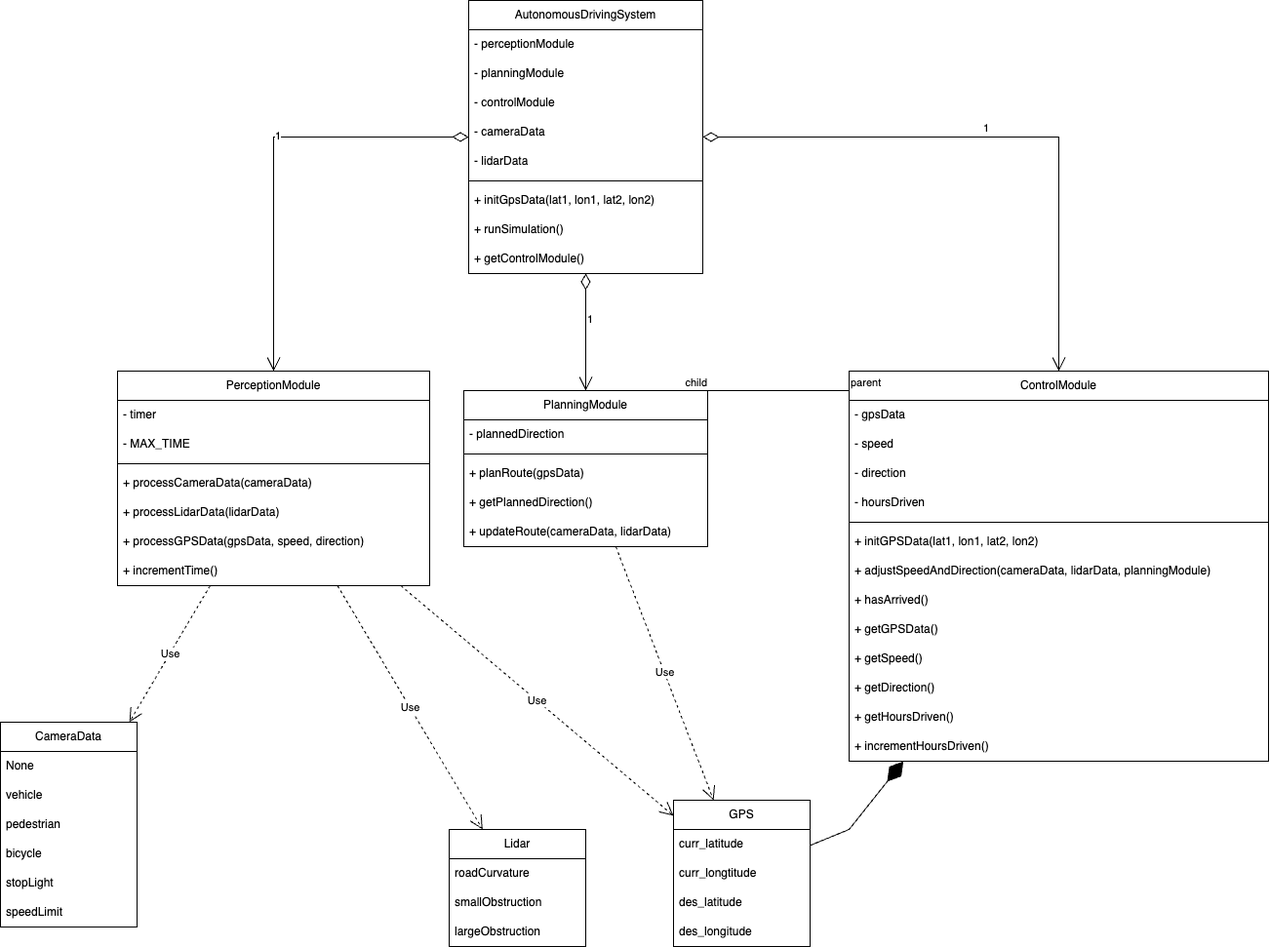
matoanbach/SED505_assignment keeps this draw.io diagram as a5/uml.drawio.png. Above is the earlier version. Source tidied: cells renumbered, new cells last; positions are measured from the earlier drawing's top-left corner, leaving out a move shared by most shapes.
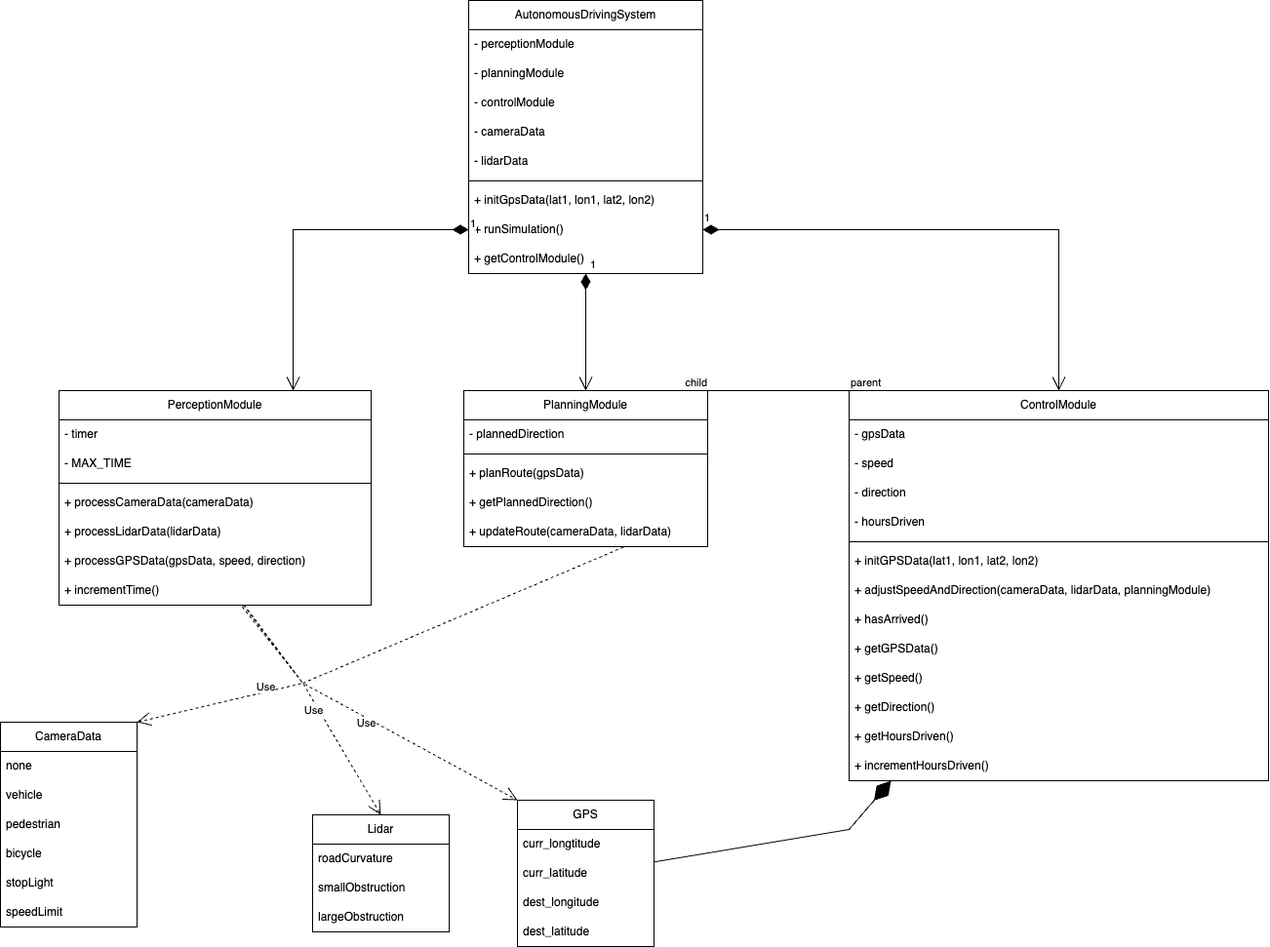
After the change.

Commit message:
Toan: add answers.md and fix uml

The edit, as a diff of the source:
```diff
@@ -33,7 +33,7 @@
       <mxGeometry y="250" width="240" height="30" as="geometry" />
     </mxCell>
     <mxCell id="12" value="PerceptionModule" style="swimlane;fontStyle=0;horizontal=1;startSize=30;whiteSpace=wrap;html=1;" parent="1" vertex="1">
-      <mxGeometry x="120" y="380" width="320" height="220" as="geometry" />
+      <mxGeometry x="60" y="400" width="320" height="220" as="geometry" />
     </mxCell>
     <mxCell id="13" value="- timer" style="text;strokeColor=none;fillColor=none;align=left;verticalAlign=middle;spacingLeft=4;spacingRight=4;overflow=hidden;whiteSpace=wrap;html=1;" parent="12" vertex="1">
       <mxGeometry y="30" width="320" height="30" as="geometry" />
@@ -75,7 +75,7 @@
       <mxGeometry y="130" width="250" height="30" as="geometry" />
     </mxCell>
     <mxCell id="26" value="ControlModule" style="swimlane;fontStyle=0;horizontal=1;startSize=30;whiteSpace=wrap;html=1;" parent="1" vertex="1">
-      <mxGeometry x="870" y="380" width="430" height="400" as="geometry" />
+      <mxGeometry x="870" y="400" width="430" height="400" as="geometry" />
     </mxCell>
     <mxCell id="27" value="- gpsData&lt;span style=&quot;color: rgba(0, 0, 0, 0); font-family: monospace; font-size: 0px; text-wrap: nowrap;&quot;&gt;%3CmxGraphModel%3E%3Croot%3E%3CmxCell%20id%3D%220%22%2F%3E%3CmxCell%20id%3D%221%22%20parent%3D%220%22%2F%3E%3CmxCell%20id%3D%222%22%20value%3D%22%2B%20getPlannedDirec%26lt%3Bspan%20style%3D%26quot%3Bcolor%3A%20rgba(0%2C%200%2C%200%2C%200)%3B%20font-family%3A%20monospace%3B%20font-size%3A%200px%3B%20text-wrap%3A%20nowrap%3B%26quot%3B%26gt%3B%253CmxGraphModel%253E%253Croot%253E%253CmxCell%2520id%253D%25220%2522%252F%253E%253CmxCell%2520id%253D%25221%2522%2520parent%253D%25220%2522%252F%253E%253CmxCell%2520id%253D%25222%2522%2520value%253D%2522%252B%2520processCameraData(cameraData)%2522%2520style%253D%2522text%253BstrokeColor%253Dnone%253BfillColor%253Dnone%253Balign%253Dleft%253BverticalAlign%253Dmiddle%253BspacingLeft%253D4%253BspacingRight%253D4%253Boverflow%253Dhidden%253Bpoints%253D%255B%255B0%252C0.5%255D%252C%255B1%252C0.5%255D%255D%253BportConstraint%253Deastwest%253Brotatable%253D0%253BwhiteSpace%253Dwrap%253Bhtml%253D1%253B%2522%2520vertex%253D%25221%2522%2520parent%253D%25221%2522%253E%253CmxGeometry%2520x%253D%2522250%2522%2520y%253D%2522670%2522%2520width%253D%2522320%2522%2520height%253D%252230%2522%2520as%253D%2522geometry%2522%252F%253E%253C%252FmxCell%253E%253C%252Froot%253E%253C%252FmxGraphModel%253E%26lt%3B%2Fspan%26gt%3Btion()%26lt%3Bspan%20style%3D%26quot%3Bcolor%3A%20rgba(0%2C%200%2C%200%2C%200)%3B%20font-family%3A%20monospace%3B%20font-size%3A%200px%3B%20text-wrap%3A%20nowrap%3B%26quot%3B%26gt%3B%253CmxGraphModel%253E%253Croot%253E%253CmxCell%2520id%253D%25220%2522%252F%253E%253CmxCell%2520id%253D%25221%2522%2520parent%253D%25220%2522%252F%253E%253CmxCell%2520id%253D%25222%2522%2520value%253D%2522%252B%2520processCameraData(cameraData)%2522%2520style%253D%2522text%253BstrokeColor%253Dnone%253BfillColor%253Dnone%253Balign%253Dleft%253BverticalAlign%253Dmiddle%253BspacingLeft%253D4%253BspacingRight%253D4%253Boverflow%253Dhidden%253Bpoints%253D%255B%255B0%252C0.5%255D%252C%255B1%252C0.5%255D%255D%253BportConstraint%253Deastwest%253Brotatable%253D0%253BwhiteSpace%253Dwrap%253Bhtml%253D1%253B%2522%2520vertex%253D%25221%2522%2520parent%253D%25221%2522%253E%253CmxGeometry%2520x%253D%2522250%2522%2520y%253D%2522670%2522%2520width%253D%2522320%2522%2520height%253D%252230%2522%2520as%253D%2522geometry%2522%252F%253E%253C%252FmxCell%253E%253C%252Froot%253E%253C%252FmxGraphModel%253E%26lt%3B%2Fspan%26gt%3B%22%20style%3D%22text%3BstrokeColor%3Dnone%3BfillColor%3Dnone%3Balign%3Dleft%3BverticalAlign%3Dmiddle%3BspacingLeft%3D4%3BspacingRight%3D4%3Boverflow%3Dhidden%3Bpoints%3D%5B%5B0%2C0.5%5D%2C%5B1%2C0.5%5D%5D%3BportConstraint%3Deastwest%3Brotatable%3D0%3BwhiteSpace%3Dwrap%3Bhtml%3D1%3B%22%20vertex%3D%221%22%20parent%3D%221%22%3E%3CmxGeometry%20x%3D%22580%22%20y%3D%22330%22%20width%3D%22250%22%20height%3D%2230%22%20as%3D%22geometry%22%2F%3E%3C%2FmxCell%3E%3C%2Froot%3E%3C%2FmxGraphModel%3E&lt;/span&gt;" style="text;strokeColor=none;fillColor=none;align=left;verticalAlign=middle;spacingLeft=4;spacingRight=4;overflow=hidden;whiteSpace=wrap;html=1;" parent="26" vertex="1">
       <mxGeometry y="30" width="430" height="30" as="geometry" />
@@ -119,7 +119,7 @@
     <mxCell id="40" value="CameraData" style="swimlane;fontStyle=0;horizontal=1;startSize=30;whiteSpace=wrap;html=1;" parent="1" vertex="1">
       <mxGeometry y="740" width="140" height="210" as="geometry" />
     </mxCell>
-    <mxCell id="41" value="None" style="text;strokeColor=none;fillColor=none;align=left;verticalAlign=middle;spacingLeft=4;spacingRight=4;overflow=hidden;whiteSpace=wrap;html=1;" parent="40" vertex="1">
+    <mxCell id="41" value="none" style="text;strokeColor=none;fillColor=none;align=left;verticalAlign=middle;spacingLeft=4;spacingRight=4;overflow=hidden;whiteSpace=wrap;html=1;" parent="40" vertex="1">
       <mxGeometry y="30" width="140" height="30" as="geometry" />
     </mxCell>
     <mxCell id="42" value="vehicle" style="text;strokeColor=none;fillColor=none;align=left;verticalAlign=middle;spacingLeft=4;spacingRight=4;overflow=hidden;whiteSpace=wrap;html=1;" parent="40" vertex="1">
@@ -138,7 +138,7 @@
       <mxGeometry y="180" width="140" height="30" as="geometry" />
     </mxCell>
     <mxCell id="47" value="Lidar" style="swimlane;fontStyle=0;horizontal=1;startSize=30;whiteSpace=wrap;html=1;" parent="1" vertex="1">
-      <mxGeometry x="460" y="850" width="140" height="120" as="geometry" />
+      <mxGeometry x="320" y="835" width="140" height="120" as="geometry" />
     </mxCell>
     <mxCell id="48" value="roadCurvature" style="text;strokeColor=none;fillColor=none;align=left;verticalAlign=middle;spacingLeft=4;spacingRight=4;overflow=hidden;whiteSpace=wrap;html=1;" parent="47" vertex="1">
       <mxGeometry y="30" width="140" height="30" as="geometry" />
@@ -150,41 +150,20 @@
       <mxGeometry y="90" width="140" height="30" as="geometry" />
     </mxCell>
     <mxCell id="51" value="GPS" style="swimlane;fontStyle=0;horizontal=1;startSize=30;whiteSpace=wrap;html=1;" parent="1" vertex="1">
-      <mxGeometry x="690" y="820" width="140" height="150" as="geometry" />
+      <mxGeometry x="530" y="820" width="140" height="150" as="geometry" />
     </mxCell>
+    <mxCell id="53" value="curr_longtitude" style="text;strokeColor=none;fillColor=none;align=left;verticalAlign=middle;spacingLeft=4;spacingRight=4;overflow=hidden;whiteSpace=wrap;html=1;" parent="51" vertex="1">
+      <mxGeometry y="30" width="140" height="30" as="geometry" />
+    </mxCell>
     <mxCell id="52" value="curr_latitude" style="text;strokeColor=none;fillColor=none;align=left;verticalAlign=middle;spacingLeft=4;spacingRight=4;overflow=hidden;whiteSpace=wrap;html=1;" parent="51" vertex="1">
-      <mxGeometry y="30" width="140" height="30" as="geometry" />
+      <mxGeometry y="60" width="140" height="30" as="geometry" />
     </mxCell>
-    <mxCell id="53" value="curr_longtitude" style="text;strokeColor=none;fillColor=none;align=left;verticalAlign=middle;spacingLeft=4;spacingRight=4;overflow=hidden;whiteSpace=wrap;html=1;" parent="51" vertex="1">
-      <mxGeometry y="60" width="140" height="30" as="geometry" />
-    </mxCell>
+    <mxCell id="55" value="dest_longitude" style="text;strokeColor=none;fillColor=none;align=left;verticalAlign=middle;spacingLeft=4;spacingRight=4;overflow=hidden;whiteSpace=wrap;html=1;" parent="51" vertex="1">
+      <mxGeometry y="90" width="140" height="30" as="geometry" />
+    </mxCell>
-    <mxCell id="54" value="des_latitude" style="text;strokeColor=none;fillColor=none;align=left;verticalAlign=middle;spacingLeft=4;spacingRight=4;overflow=hidden;whiteSpace=wrap;html=1;" parent="51" vertex="1">
-      <mxGeometry y="90" width="140" height="30" as="geometry" />
+    <mxCell id="54" value="dest_latitude" style="text;strokeColor=none;fillColor=none;align=left;verticalAlign=middle;spacingLeft=4;spacingRight=4;overflow=hidden;whiteSpace=wrap;html=1;" parent="51" vertex="1">
+      <mxGeometry y="120" width="140" height="30" as="geometry" />
     </mxCell>
-    <mxCell id="55" value="des_longitude" style="text;strokeColor=none;fillColor=none;align=left;verticalAlign=middle;spacingLeft=4;spacingRight=4;overflow=hidden;whiteSpace=wrap;html=1;" parent="51" vertex="1">
-      <mxGeometry y="120" width="140" height="30" as="geometry" />
-    </mxCell>
-    <mxCell id="56" value="1" style="endArrow=open;html=1;endSize=12;startArrow=diamondThin;startSize=14;startFill=0;edgeStyle=orthogonalEdgeStyle;align=left;verticalAlign=bottom;rounded=0;" parent="1" edge="1" source="2" target="12">
-      <mxGeometry x="-0.06" relative="1" as="geometry" />
-    </mxCell>
-    <mxCell id="57" value="1" style="endArrow=open;html=1;endSize=12;startArrow=diamondThin;startSize=14;startFill=0;edgeStyle=orthogonalEdgeStyle;align=left;verticalAlign=bottom;rounded=0;" parent="1" edge="1" source="2" target="20">
-      <mxGeometry x="-0.06" relative="1" as="geometry" />
-    </mxCell>
-    <mxCell id="58" value="1" style="endArrow=open;html=1;endSize=12;startArrow=diamondThin;startSize=14;startFill=0;edgeStyle=orthogonalEdgeStyle;align=left;verticalAlign=bottom;rounded=0;" parent="1" edge="1" source="2" target="26">
-      <mxGeometry x="-0.06" relative="1" as="geometry" />
-    </mxCell>
-    <mxCell id="59" value="Use" style="endArrow=open;endSize=12;dashed=1;html=1;rounded=0;" parent="1" edge="1" source="12" target="40">
-      <mxGeometry relative="1" as="geometry" />
-    </mxCell>
-    <mxCell id="60" value="Use" style="endArrow=open;endSize=12;dashed=1;html=1;rounded=0;" parent="1" edge="1" source="12" target="47">
-      <mxGeometry relative="1" as="geometry" />
-    </mxCell>
-    <mxCell id="61" value="Use" style="endArrow=open;endSize=12;dashed=1;html=1;rounded=0;" parent="1" edge="1" source="12" target="51">
-      <mxGeometry relative="1" as="geometry" />
-    </mxCell>
-    <mxCell id="62" value="Use" style="endArrow=open;endSize=12;dashed=1;html=1;rounded=0;" parent="1" edge="1" source="20" target="51">
-      <mxGeometry relative="1" as="geometry" />
-    </mxCell>
     <mxCell id="63" style="endArrow=diamondThin;endFill=1;endSize=24;html=1;rounded=0;" parent="1" edge="1" source="51" target="26">
       <mxGeometry relative="1" as="geometry">
         <Array as="points">
@@ -206,5 +185,41 @@
     <mxCell id="66" value="child" style="edgeLabel;html=1;align=right;verticalAlign=bottom;" parent="64" vertex="1">
       <mxGeometry x="1" relative="1" as="geometry" />
     </mxCell>
+    <mxCell id="67" value="Use" style="endArrow=open;endSize=12;dashed=1;html=1;rounded=0;entryX=1;entryY=0;entryDx=0;entryDy=0;exitX=0.587;exitY=1.052;exitDx=0;exitDy=0;exitPerimeter=0;" parent="1" edge="1" source="19" target="40">
+      <mxGeometry x="0.01" y="-5" relative="1" as="geometry">
+        <Array as="points">
+          <mxPoint x="310" y="700" />
+        </Array>
+      </mxGeometry>
+    </mxCell>
+    <mxCell id="68" value="Use" style="endArrow=open;endSize=12;dashed=1;html=1;rounded=0;entryX=0.5;entryY=0;entryDx=0;entryDy=0;exitX=0.59;exitY=0.991;exitDx=0;exitDy=0;exitPerimeter=0;" parent="1" edge="1" source="19" target="47">
+      <mxGeometry x="0.01" y="-5" relative="1" as="geometry">
+        <Array as="points">
+          <mxPoint x="310" y="700" />
+        </Array>
+      </mxGeometry>
+    </mxCell>
+    <mxCell id="69" value="Use" style="endArrow=open;endSize=12;dashed=1;html=1;rounded=0;entryX=0;entryY=0;entryDx=0;entryDy=0;" parent="1" edge="1" target="51">
+      <mxGeometry x="0.01" y="-5" relative="1" as="geometry">
+        <mxPoint x="250" y="620" as="sourcePoint" />
+        <Array as="points">
+          <mxPoint x="310" y="700" />
+        </Array>
+      </mxGeometry>
+    </mxCell>
+    <mxCell id="70" style="endArrow=none;dashed=1;html=1;rounded=0;entryX=0.66;entryY=1;entryDx=0;entryDy=0;entryPerimeter=0;" parent="1" edge="1" target="25">
+      <mxGeometry relative="1" as="geometry">
+        <mxPoint x="310" y="700" as="sourcePoint" />
+      </mxGeometry>
+    </mxCell>
+    <mxCell id="71" value="1" style="endArrow=open;html=1;endSize=12;startArrow=diamondThin;startSize=14;startFill=1;edgeStyle=orthogonalEdgeStyle;align=left;verticalAlign=bottom;rounded=0;entryX=0.75;entryY=0;entryDx=0;entryDy=0;exitX=0;exitY=0.5;exitDx=0;exitDy=0;" parent="1" edge="1" source="10" target="12">
+      <mxGeometry x="-1" y="3" relative="1" as="geometry" />
+    </mxCell>
+    <mxCell id="57" value="1" style="endArrow=open;html=1;endSize=12;startArrow=diamondThin;startSize=14;startFill=1;edgeStyle=orthogonalEdgeStyle;align=left;verticalAlign=bottom;rounded=0;entryX=0.5;entryY=0;entryDx=0;entryDy=0;" parent="1" edge="1" source="2" target="20">
+      <mxGeometry x="-1" y="3" relative="1" as="geometry" />
+    </mxCell>
+    <mxCell id="72" value="1" style="endArrow=open;html=1;endSize=12;startArrow=diamondThin;startSize=14;startFill=1;edgeStyle=orthogonalEdgeStyle;align=left;verticalAlign=bottom;rounded=0;exitX=1;exitY=0.5;exitDx=0;exitDy=0;" parent="1" edge="1" source="10" target="26">
+      <mxGeometry x="-1" y="3" relative="1" as="geometry" />
+    </mxCell>
   </root>
 </mxGraphModel>
```
